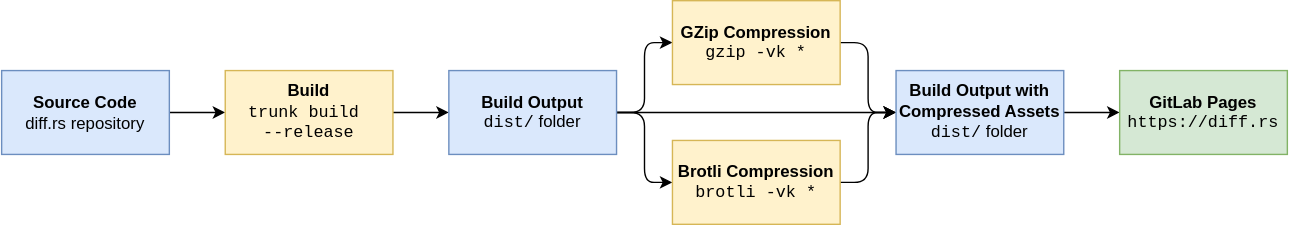
The draw.io diagram docs/deployment.svg in xfbs/diff.rs, before a commit. Source tidied: cells renumbered, new cells last; positions are measured from the earlier drawing's top-left corner, leaving out a move shared by most shapes. Source of this version:
```xml
<mxGraphModel>
  <root>
    <mxCell id="0" />
    <mxCell id="1" parent="0" />
    <mxCell id="2" style="edgeStyle=orthogonalEdgeStyle;rounded=0;jettySize=auto;html=1;entryX=0;entryY=0.5;entryDx=0;entryDy=0;" parent="1" edge="1" source="3" target="5">
      <mxGeometry relative="1" as="geometry" />
    </mxCell>
    <mxCell id="3" value="&lt;div&gt;&lt;b&gt;Source Code&lt;/b&gt;&lt;/div&gt;&lt;div&gt;diff.rs repository&lt;br&gt;&lt;/div&gt;" style="rounded=0;whiteSpace=wrap;html=1;fillColor=#dae8fc;strokeColor=#6c8ebf;" parent="1" vertex="1">
      <mxGeometry y="50" width="120" height="60" as="geometry" />
    </mxCell>
    <mxCell id="4" style="edgeStyle=orthogonalEdgeStyle;rounded=0;jettySize=auto;html=1;" parent="1" edge="1" source="5" target="9">
      <mxGeometry relative="1" as="geometry" />
    </mxCell>
    <mxCell id="5" value="&lt;div&gt;&lt;font face=&quot;Helvetica&quot;&gt;&lt;b&gt;Build&lt;/b&gt;&lt;/font&gt;&lt;br&gt;&lt;/div&gt;&lt;div&gt;trunk build&amp;nbsp;&lt;/div&gt;&lt;div&gt;--release&lt;/div&gt;" style="rounded=0;whiteSpace=wrap;html=1;fillColor=#fff2cc;strokeColor=#d6b656;fontFamily=Courier New;" parent="1" vertex="1">
      <mxGeometry x="160" y="50" width="120" height="60" as="geometry" />
    </mxCell>
    <mxCell id="6" style="edgeStyle=orthogonalEdgeStyle;rounded=1;jettySize=auto;html=1;entryX=0;entryY=0.5;entryDx=0;entryDy=0;curved=0;" parent="1" edge="1" source="9" target="11">
      <mxGeometry relative="1" as="geometry" />
    </mxCell>
    <mxCell id="7" style="edgeStyle=orthogonalEdgeStyle;rounded=1;jettySize=auto;html=1;entryX=0;entryY=0.5;entryDx=0;entryDy=0;curved=0;" parent="1" edge="1" source="9" target="13">
      <mxGeometry relative="1" as="geometry" />
    </mxCell>
    <mxCell id="8" style="edgeStyle=orthogonalEdgeStyle;rounded=0;jettySize=auto;html=1;entryX=0;entryY=0.5;entryDx=0;entryDy=0;" parent="1" edge="1" source="9" target="15">
      <mxGeometry relative="1" as="geometry" />
    </mxCell>
    <mxCell id="9" value="&lt;div&gt;&lt;b&gt;Build Output&lt;/b&gt;&lt;/div&gt;&lt;div&gt;&lt;font face=&quot;Courier New&quot;&gt;dist/&lt;/font&gt; folder&lt;br&gt;&lt;/div&gt;" style="rounded=0;whiteSpace=wrap;html=1;fillColor=#dae8fc;strokeColor=#6c8ebf;" parent="1" vertex="1">
      <mxGeometry x="320" y="50" width="120" height="60" as="geometry" />
    </mxCell>
    <mxCell id="10" style="edgeStyle=orthogonalEdgeStyle;rounded=1;jettySize=auto;html=1;entryX=0;entryY=0.5;entryDx=0;entryDy=0;curved=0;" parent="1" edge="1" source="11" target="15">
      <mxGeometry relative="1" as="geometry" />
    </mxCell>
    <mxCell id="11" value="&lt;div&gt;&lt;font face=&quot;Helvetica&quot;&gt;&lt;b&gt;GZip Compression&lt;/b&gt;&lt;/font&gt;&lt;br&gt;&lt;/div&gt;&lt;div&gt;gzip -vk *&lt;/div&gt;" style="rounded=0;whiteSpace=wrap;html=1;fillColor=#fff2cc;strokeColor=#d6b656;fontFamily=Courier New;" parent="1" vertex="1">
      <mxGeometry x="480" width="120" height="60" as="geometry" />
    </mxCell>
    <mxCell id="12" style="edgeStyle=orthogonalEdgeStyle;rounded=1;jettySize=auto;html=1;entryX=0;entryY=0.5;entryDx=0;entryDy=0;curved=0;" parent="1" edge="1" source="13" target="15">
      <mxGeometry relative="1" as="geometry" />
    </mxCell>
    <mxCell id="13" value="&lt;div&gt;&lt;font face=&quot;Helvetica&quot;&gt;&lt;b&gt;Brotli Compression&lt;/b&gt;&lt;/font&gt;&lt;br&gt;&lt;/div&gt;&lt;div&gt;brotli -vk *&lt;/div&gt;" style="rounded=0;whiteSpace=wrap;html=1;fillColor=#fff2cc;strokeColor=#d6b656;fontFamily=Courier New;" parent="1" vertex="1">
      <mxGeometry x="480" y="100" width="120" height="60" as="geometry" />
    </mxCell>
    <mxCell id="14" style="edgeStyle=orthogonalEdgeStyle;rounded=0;jettySize=auto;html=1;" parent="1" edge="1" source="15" target="16">
      <mxGeometry relative="1" as="geometry" />
    </mxCell>
    <mxCell id="15" value="&lt;div&gt;&lt;b&gt;Build Output with Compressed Assets&lt;/b&gt;&lt;/div&gt;&lt;div&gt;&lt;font face=&quot;Courier New&quot;&gt;dist/&lt;/font&gt; folder&lt;br&gt;&lt;/div&gt;" style="rounded=0;whiteSpace=wrap;html=1;fillColor=#dae8fc;strokeColor=#6c8ebf;" parent="1" vertex="1">
      <mxGeometry x="640" y="50" width="120" height="60" as="geometry" />
    </mxCell>
    <mxCell id="16" value="&lt;div&gt;&lt;b&gt;GitLab Pages&lt;/b&gt;&lt;/div&gt;&lt;div&gt;&lt;font face=&quot;Courier New&quot;&gt;https://diff.rs&lt;/font&gt;&lt;br&gt;&lt;/div&gt;" style="rounded=0;whiteSpace=wrap;html=1;fillColor=#d5e8d4;strokeColor=#82b366;" parent="1" vertex="1">
      <mxGeometry x="800" y="50" width="120" height="60" as="geometry" />
    </mxCell>
  </root>
</mxGraphModel>
```
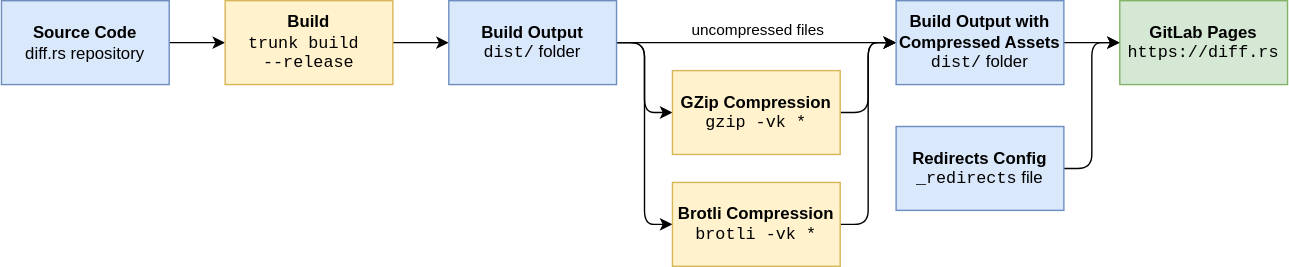
The same file after the commit.

What changed in the source:
```diff
@@ -23,6 +23,11 @@
     <mxCell id="8" style="edgeStyle=orthogonalEdgeStyle;rounded=0;jettySize=auto;html=1;entryX=0;entryY=0.5;entryDx=0;entryDy=0;" parent="1" edge="1" source="9" target="15">
       <mxGeometry relative="1" as="geometry" />
     </mxCell>
+    <mxCell id="17" value="uncompressed files" style="edgeLabel;html=1;align=center;verticalAlign=middle;" parent="8" vertex="1">
+      <mxGeometry x="-0.18" y="-1" relative="1" as="geometry">
+        <mxPoint x="18" y="-11" as="offset" />
+      </mxGeometry>
+    </mxCell>
     <mxCell id="9" value="&lt;div&gt;&lt;b&gt;Build Output&lt;/b&gt;&lt;/div&gt;&lt;div&gt;&lt;font face=&quot;Courier New&quot;&gt;dist/&lt;/font&gt; folder&lt;br&gt;&lt;/div&gt;" style="rounded=0;whiteSpace=wrap;html=1;fillColor=#dae8fc;strokeColor=#6c8ebf;" parent="1" vertex="1">
       <mxGeometry x="320" y="50" width="120" height="60" as="geometry" />
     </mxCell>
@@ -30,15 +35,15 @@
       <mxGeometry relative="1" as="geometry" />
     </mxCell>
     <mxCell id="11" value="&lt;div&gt;&lt;font face=&quot;Helvetica&quot;&gt;&lt;b&gt;GZip Compression&lt;/b&gt;&lt;/font&gt;&lt;br&gt;&lt;/div&gt;&lt;div&gt;gzip -vk *&lt;/div&gt;" style="rounded=0;whiteSpace=wrap;html=1;fillColor=#fff2cc;strokeColor=#d6b656;fontFamily=Courier New;" parent="1" vertex="1">
-      <mxGeometry x="480" width="120" height="60" as="geometry" />
+      <mxGeometry x="480" y="100" width="120" height="60" as="geometry" />
     </mxCell>
     <mxCell id="12" style="edgeStyle=orthogonalEdgeStyle;rounded=1;jettySize=auto;html=1;entryX=0;entryY=0.5;entryDx=0;entryDy=0;curved=0;" parent="1" edge="1" source="13" target="15">
       <mxGeometry relative="1" as="geometry" />
     </mxCell>
     <mxCell id="13" value="&lt;div&gt;&lt;font face=&quot;Helvetica&quot;&gt;&lt;b&gt;Brotli Compression&lt;/b&gt;&lt;/font&gt;&lt;br&gt;&lt;/div&gt;&lt;div&gt;brotli -vk *&lt;/div&gt;" style="rounded=0;whiteSpace=wrap;html=1;fillColor=#fff2cc;strokeColor=#d6b656;fontFamily=Courier New;" parent="1" vertex="1">
-      <mxGeometry x="480" y="100" width="120" height="60" as="geometry" />
+      <mxGeometry x="480" y="180" width="120" height="60" as="geometry" />
     </mxCell>
-    <mxCell id="14" style="edgeStyle=orthogonalEdgeStyle;rounded=0;jettySize=auto;html=1;" parent="1" edge="1" source="15" target="16">
+    <mxCell id="14" style="edgeStyle=orthogonalEdgeStyle;rounded=1;jettySize=auto;html=1;curved=0;" parent="1" edge="1" source="15" target="16">
       <mxGeometry relative="1" as="geometry" />
     </mxCell>
     <mxCell id="15" value="&lt;div&gt;&lt;b&gt;Build Output with Compressed Assets&lt;/b&gt;&lt;/div&gt;&lt;div&gt;&lt;font face=&quot;Courier New&quot;&gt;dist/&lt;/font&gt; folder&lt;br&gt;&lt;/div&gt;" style="rounded=0;whiteSpace=wrap;html=1;fillColor=#dae8fc;strokeColor=#6c8ebf;" parent="1" vertex="1">
@@ -47,5 +52,11 @@
     <mxCell id="16" value="&lt;div&gt;&lt;b&gt;GitLab Pages&lt;/b&gt;&lt;/div&gt;&lt;div&gt;&lt;font face=&quot;Courier New&quot;&gt;https://diff.rs&lt;/font&gt;&lt;br&gt;&lt;/div&gt;" style="rounded=0;whiteSpace=wrap;html=1;fillColor=#d5e8d4;strokeColor=#82b366;" parent="1" vertex="1">
       <mxGeometry x="800" y="50" width="120" height="60" as="geometry" />
     </mxCell>
+    <mxCell id="18" style="edgeStyle=orthogonalEdgeStyle;rounded=1;jettySize=auto;html=1;entryX=0;entryY=0.5;entryDx=0;entryDy=0;curved=0;" parent="1" edge="1" source="19" target="16">
+      <mxGeometry relative="1" as="geometry" />
+    </mxCell>
+    <mxCell id="19" value="&lt;div&gt;&lt;b&gt;Redirects Config&lt;br&gt;&lt;/b&gt;&lt;/div&gt;&lt;div&gt;&lt;font face=&quot;Courier New&quot;&gt;_redirects&lt;/font&gt; file&lt;br&gt;&lt;/div&gt;" style="rounded=0;whiteSpace=wrap;html=1;fillColor=#dae8fc;strokeColor=#6c8ebf;" parent="1" vertex="1">
+      <mxGeometry x="640" y="140" width="120" height="60" as="geometry" />
+    </mxCell>
   </root>
 </mxGraphModel>
```
